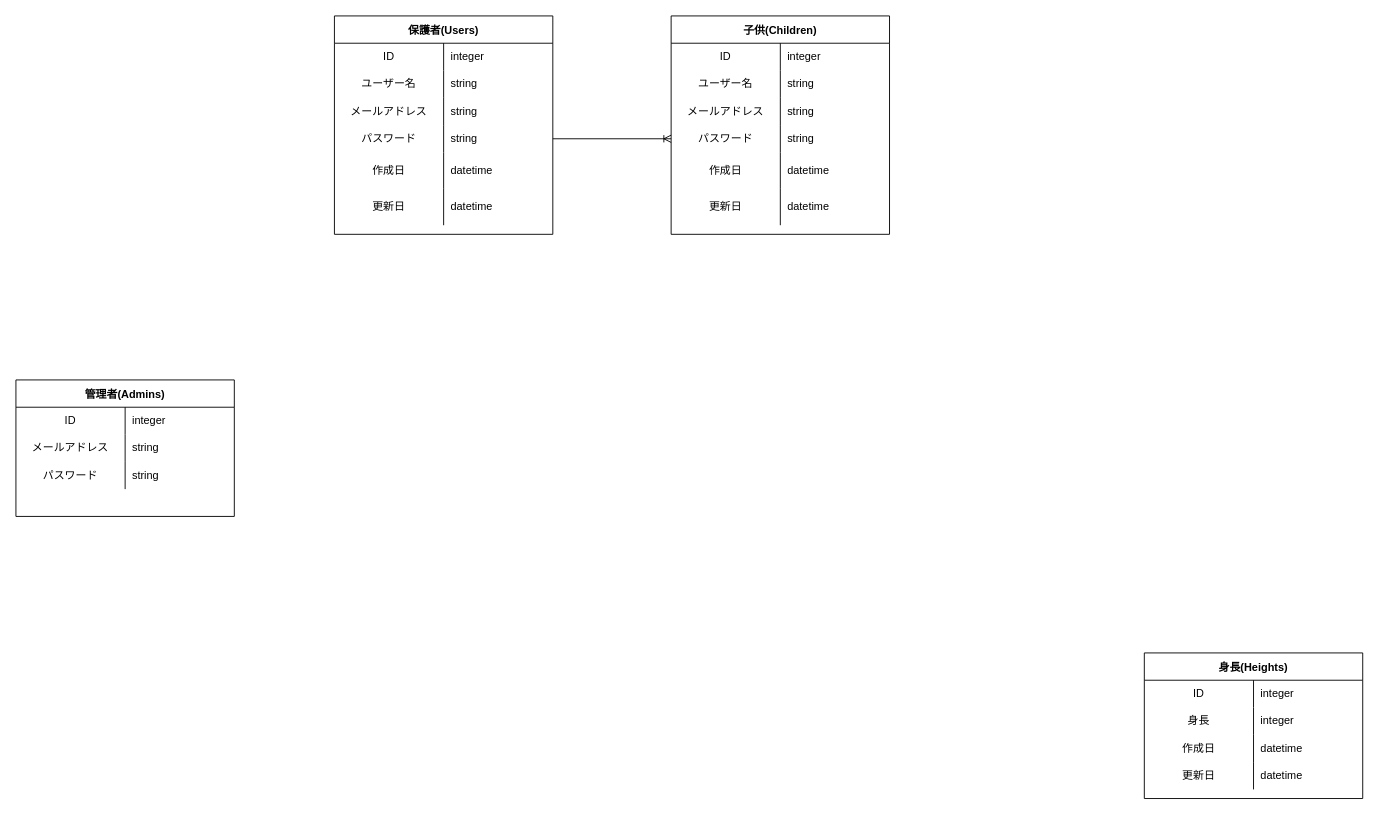
The draw.io diagram coyell_er.drawio in piroriki/coyell, before the edit. Source tidied: cells renumbered, new cells numbered last; positions are measured from the earlier drawing's top-left corner, leaving out a move shared by most shapes. Both pictures are drawn from the tidied source at 91%, with x=0, y=0 at pixel (15, 15).
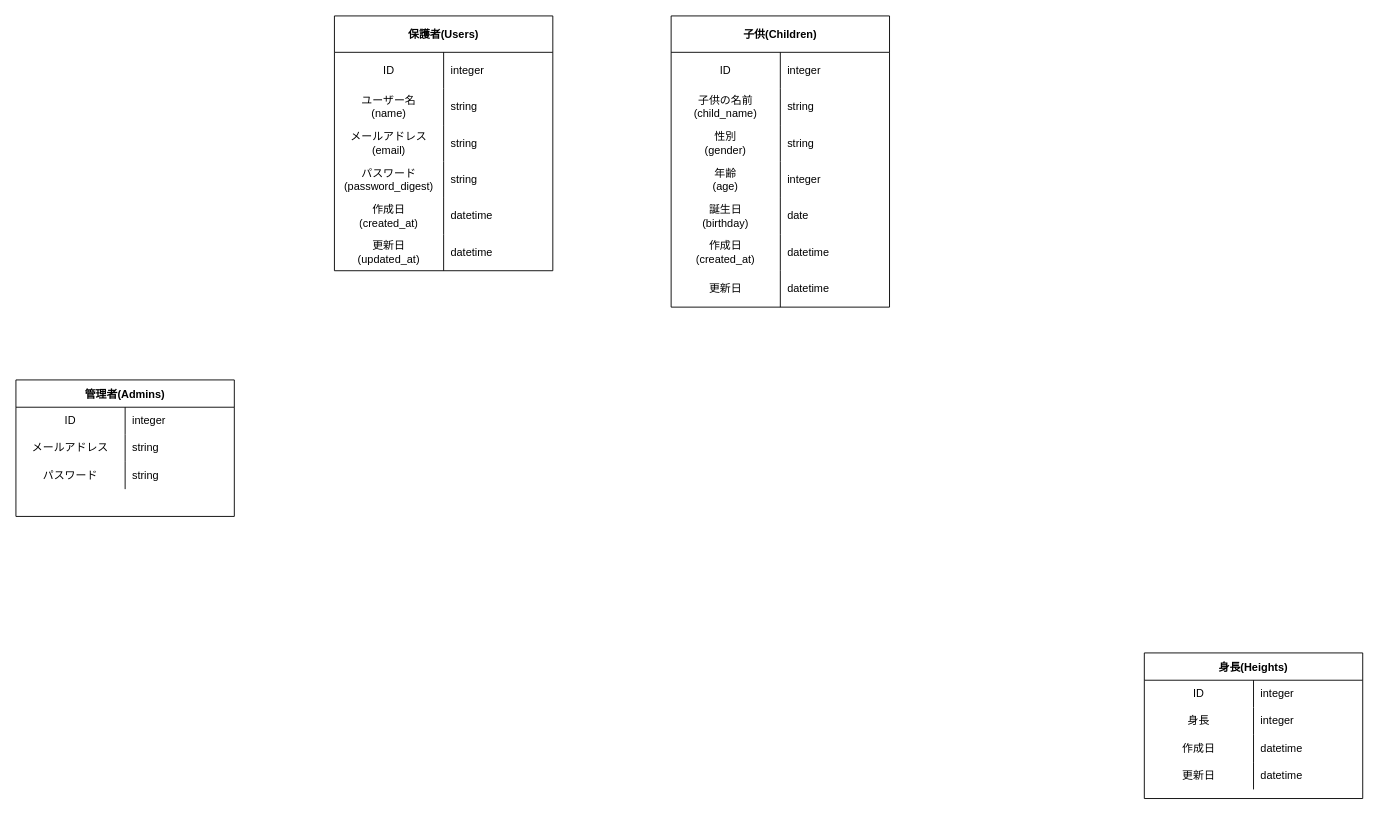
The same diagram, later.

Commit message (it also covers changes not shown here):
childrenモデル作成およびER図にchildrenモデル追加

What changed in the source:
```diff
@@
-    <mxCell id="2" value="保護者(Users)" style="shape=table;startSize=30;childLayout=tableLayout;rowLines=0;fontStyle=1;" parent="1" vertex="1">
-      <mxGeometry x="350" width="240" height="240" as="geometry" />
+    <mxCell id="2" value="保護者(Users)" style="shape=table;startSize=40;childLayout=tableLayout;rowLines=0;fontStyle=1;" parent="1" vertex="1">
+      <mxGeometry x="350" width="240" height="280" as="geometry" />
     </mxCell>
     <mxCell id="3" style="shape=tableRow;horizontal=0;startSize=0;swimlaneHead=0;swimlaneBody=0;top=0;left=0;bottom=0;right=0;fillColor=none;" parent="2" vertex="1">
-      <mxGeometry y="30" width="240" height="30" as="geometry" />
+      <mxGeometry y="40" width="240" height="40" as="geometry" />
     </mxCell>
     <mxCell id="4" value="ID" style="shape=partialRectangle;html=1;whiteSpace=wrap;fillColor=none;top=0;left=0;bottom=0;right=0;overflow=hidden;" parent="3" vertex="1">
-      <mxGeometry width="120" height="30" as="geometry" />
+      <mxGeometry width="120" height="40" as="geometry" />
     </mxCell>
     <mxCell id="5" value="integer" style="shape=partialRectangle;html=1;whiteSpace=wrap;fillColor=none;top=0;left=0;bottom=0;right=0;align=left;spacingLeft=6;overflow=hidden;" parent="3" vertex="1">
-      <mxGeometry x="120" width="120" height="30" as="geometry" />
+      <mxGeometry x="120" width="120" height="40" as="geometry" />
     </mxCell>
     <mxCell id="6" style="shape=tableRow;horizontal=0;startSize=0;swimlaneHead=0;swimlaneBody=0;top=0;left=0;bottom=0;right=0;fillColor=none;" parent="2" vertex="1">
-      <mxGeometry y="60" width="240" height="30" as="geometry" />
+      <mxGeometry y="80" width="240" height="40" as="geometry" />
     </mxCell>
-    <mxCell id="7" value="ユーザー名" style="shape=partialRectangle;html=1;whiteSpace=wrap;fillColor=none;top=0;left=0;bottom=0;right=0;overflow=hidden;" parent="6" vertex="1">
-      <mxGeometry width="120" height="30" as="geometry" />
+    <mxCell id="7" value="ユーザー名&lt;br&gt;(name)" style="shape=partialRectangle;html=1;whiteSpace=wrap;fillColor=none;top=0;left=0;bottom=0;right=0;overflow=hidden;" parent="6" vertex="1">
+      <mxGeometry width="120" height="40" as="geometry" />
     </mxCell>
     <mxCell id="8" value="string" style="shape=partialRectangle;html=1;whiteSpace=wrap;fillColor=none;top=0;left=0;bottom=0;right=0;align=left;spacingLeft=6;overflow=hidden;" parent="6" vertex="1">
-      <mxGeometry x="120" width="120" height="30" as="geometry" />
+      <mxGeometry x="120" width="120" height="40" as="geometry" />
     </mxCell>
     <mxCell id="9" style="shape=tableRow;horizontal=0;startSize=0;swimlaneHead=0;swimlaneBody=0;top=0;left=0;bottom=0;right=0;fillColor=none;" parent="2" vertex="1">
-      <mxGeometry y="90" width="240" height="30" as="geometry" />
+      <mxGeometry y="120" width="240" height="40" as="geometry" />
     </mxCell>
-    <mxCell id="10" value="メールアドレス" style="shape=partialRectangle;html=1;whiteSpace=wrap;fillColor=none;top=0;left=0;bottom=0;right=0;overflow=hidden;" parent="9" vertex="1">
-      <mxGeometry width="120" height="30" as="geometry" />
+    <mxCell id="10" value="メールアドレス&lt;br&gt;(email)" style="shape=partialRectangle;html=1;whiteSpace=wrap;fillColor=none;top=0;left=0;bottom=0;right=0;overflow=hidden;" parent="9" vertex="1">
+      <mxGeometry width="120" height="40" as="geometry" />
     </mxCell>
     <mxCell id="11" value="string" style="shape=partialRectangle;html=1;whiteSpace=wrap;fillColor=none;top=0;left=0;bottom=0;right=0;align=left;spacingLeft=6;overflow=hidden;" parent="9" vertex="1">
-      <mxGeometry x="120" width="120" height="30" as="geometry" />
+      <mxGeometry x="120" width="120" height="40" as="geometry" />
     </mxCell>
     <mxCell id="12" style="shape=tableRow;horizontal=0;startSize=0;swimlaneHead=0;swimlaneBody=0;top=0;left=0;bottom=0;right=0;fillColor=none;points=[[0,0.5],[1,0.5]];portConstraint=eastwest;" parent="2" vertex="1">
-      <mxGeometry y="120" width="240" height="30" as="geometry" />
+      <mxGeometry y="160" width="240" height="40" as="geometry" />
     </mxCell>
-    <mxCell id="13" value="パスワード" style="shape=partialRectangle;html=1;whiteSpace=wrap;fillColor=none;top=0;left=0;bottom=0;right=0;overflow=hidden;" parent="12" vertex="1">
-      <mxGeometry width="120" height="30" as="geometry" />
+    <mxCell id="13" value="パスワード&lt;br&gt;(password_digest)" style="shape=partialRectangle;html=1;whiteSpace=wrap;fillColor=none;top=0;left=0;bottom=0;right=0;overflow=hidden;" parent="12" vertex="1">
+      <mxGeometry width="120" height="40" as="geometry" />
     </mxCell>
     <mxCell id="14" value="string" style="shape=partialRectangle;html=1;whiteSpace=wrap;fillColor=none;top=0;left=0;bottom=0;right=0;align=left;spacingLeft=6;overflow=hidden;" parent="12" vertex="1">
-      <mxGeometry x="120" width="120" height="30" as="geometry" />
+      <mxGeometry x="120" width="120" height="40" as="geometry" />
     </mxCell>
     <mxCell id="15" style="shape=tableRow;horizontal=0;startSize=0;swimlaneHead=0;swimlaneBody=0;top=0;left=0;bottom=0;right=0;fillColor=none;" parent="2" vertex="1">
-      <mxGeometry y="150" width="240" height="40" as="geometry" />
+      <mxGeometry y="200" width="240" height="40" as="geometry" />
     </mxCell>
-    <mxCell id="16" value="作成日" style="shape=partialRectangle;html=1;whiteSpace=wrap;fillColor=none;top=0;left=0;bottom=0;right=0;overflow=hidden;" parent="15" vertex="1">
+    <mxCell id="16" value="作成日&lt;br&gt;(created_at)" style="shape=partialRectangle;html=1;whiteSpace=wrap;fillColor=none;top=0;left=0;bottom=0;right=0;overflow=hidden;" parent="15" vertex="1">
       <mxGeometry width="120" height="40" as="geometry" />
     </mxCell>
@@
     <mxCell id="18" style="shape=tableRow;horizontal=0;startSize=0;swimlaneHead=0;swimlaneBody=0;top=0;left=0;bottom=0;right=0;fillColor=none;" parent="2" vertex="1">
-      <mxGeometry y="190" width="240" height="40" as="geometry" />
+      <mxGeometry y="240" width="240" height="40" as="geometry" />
     </mxCell>
-    <mxCell id="19" value="更新日" style="shape=partialRectangle;html=1;whiteSpace=wrap;fillColor=none;top=0;left=0;bottom=0;right=0;overflow=hidden;" parent="18" vertex="1">
+    <mxCell id="19" value="更新日&lt;br&gt;(updated_at)" style="shape=partialRectangle;html=1;whiteSpace=wrap;fillColor=none;top=0;left=0;bottom=0;right=0;overflow=hidden;" parent="18" vertex="1">
       <mxGeometry width="120" height="40" as="geometry" />
     </mxCell>
@@
-    <mxCell id="44" value="子供(Children)" style="shape=table;startSize=30;childLayout=tableLayout;rowLines=0;fontStyle=1;" parent="1" vertex="1">
-      <mxGeometry x="720" width="240" height="240" as="geometry" />
+    <mxCell id="44" value="子供(Children)" style="shape=table;startSize=40;childLayout=tableLayout;rowLines=0;fontStyle=1;" parent="1" vertex="1">
+      <mxGeometry x="720" width="240" height="320" as="geometry" />
     </mxCell>
     <mxCell id="45" style="shape=tableRow;horizontal=0;startSize=0;swimlaneHead=0;swimlaneBody=0;top=0;left=0;bottom=0;right=0;fillColor=none;" parent="44" vertex="1">
-      <mxGeometry y="30" width="240" height="30" as="geometry" />
+      <mxGeometry y="40" width="240" height="40" as="geometry" />
     </mxCell>
     <mxCell id="46" value="ID" style="shape=partialRectangle;html=1;whiteSpace=wrap;fillColor=none;top=0;left=0;bottom=0;right=0;overflow=hidden;" parent="45" vertex="1">
-      <mxGeometry width="120" height="30" as="geometry" />
+      <mxGeometry width="120" height="40" as="geometry" />
     </mxCell>
     <mxCell id="47" value="integer" style="shape=partialRectangle;html=1;whiteSpace=wrap;fillColor=none;top=0;left=0;bottom=0;right=0;align=left;spacingLeft=6;overflow=hidden;" parent="45" vertex="1">
-      <mxGeometry x="120" width="120" height="30" as="geometry" />
+      <mxGeometry x="120" width="120" height="40" as="geometry" />
     </mxCell>
     <mxCell id="48" style="shape=tableRow;horizontal=0;startSize=0;swimlaneHead=0;swimlaneBody=0;top=0;left=0;bottom=0;right=0;fillColor=none;" parent="44" vertex="1">
-      <mxGeometry y="60" width="240" height="30" as="geometry" />
+      <mxGeometry y="80" width="240" height="40" as="geometry" />
     </mxCell>
-    <mxCell id="49" value="ユーザー名" style="shape=partialRectangle;html=1;whiteSpace=wrap;fillColor=none;top=0;left=0;bottom=0;right=0;overflow=hidden;" parent="48" vertex="1">
-      <mxGeometry width="120" height="30" as="geometry" />
+    <mxCell id="49" value="子供の名前&lt;br&gt;(child_name)" style="shape=partialRectangle;html=1;whiteSpace=wrap;fillColor=none;top=0;left=0;bottom=0;right=0;overflow=hidden;" parent="48" vertex="1">
+      <mxGeometry width="120" height="40" as="geometry" />
     </mxCell>
     <mxCell id="50" value="string" style="shape=partialRectangle;html=1;whiteSpace=wrap;fillColor=none;top=0;left=0;bottom=0;right=0;align=left;spacingLeft=6;overflow=hidden;" parent="48" vertex="1">
-      <mxGeometry x="120" width="120" height="30" as="geometry" />
+      <mxGeometry x="120" width="120" height="40" as="geometry" />
     </mxCell>
-    <mxCell id="51" style="shape=tableRow;horizontal=0;startSize=0;swimlaneHead=0;swimlaneBody=0;top=0;left=0;bottom=0;right=0;fillColor=none;" parent="44" vertex="1">
-      <mxGeometry y="90" width="240" height="30" as="geometry" />
-    </mxCell>
-    <mxCell id="52" value="メールアドレス" style="shape=partialRectangle;html=1;whiteSpace=wrap;fillColor=none;top=0;left=0;bottom=0;right=0;overflow=hidden;" parent="51" vertex="1">
-      <mxGeometry width="120" height="30" as="geometry" />
-    </mxCell>
-    <mxCell id="53" value="string" style="shape=partialRectangle;html=1;whiteSpace=wrap;fillColor=none;top=0;left=0;bottom=0;right=0;align=left;spacingLeft=6;overflow=hidden;" parent="51" vertex="1">
-      <mxGeometry x="120" width="120" height="30" as="geometry" />
-    </mxCell>
-    <mxCell id="54" style="shape=tableRow;horizontal=0;startSize=0;swimlaneHead=0;swimlaneBody=0;top=0;left=0;bottom=0;right=0;fillColor=none;points=[[0,0.5],[1,0.5]];portConstraint=eastwest;" parent="44" vertex="1">
-      <mxGeometry y="120" width="240" height="30" as="geometry" />
-    </mxCell>
-    <mxCell id="55" value="パスワード" style="shape=partialRectangle;html=1;whiteSpace=wrap;fillColor=none;top=0;left=0;bottom=0;right=0;overflow=hidden;" parent="54" vertex="1">
-      <mxGeometry width="120" height="30" as="geometry" />
-    </mxCell>
-    <mxCell id="56" value="string" style="shape=partialRectangle;html=1;whiteSpace=wrap;fillColor=none;top=0;left=0;bottom=0;right=0;align=left;spacingLeft=6;overflow=hidden;" parent="54" vertex="1">
-      <mxGeometry x="120" width="120" height="30" as="geometry" />
-    </mxCell>
+    <mxCell id="64" style="shape=tableRow;horizontal=0;startSize=0;swimlaneHead=0;swimlaneBody=0;top=0;left=0;bottom=0;right=0;fillColor=none;" parent="44" vertex="1">
+      <mxGeometry y="120" width="240" height="40" as="geometry" />
+    </mxCell>
+    <mxCell id="65" value="性別&lt;br&gt;(gender)" style="shape=partialRectangle;html=1;whiteSpace=wrap;fillColor=none;top=0;left=0;bottom=0;right=0;overflow=hidden;" parent="64" vertex="1">
+      <mxGeometry width="120" height="40" as="geometry" />
+    </mxCell>
+    <mxCell id="66" value="string" style="shape=partialRectangle;html=1;whiteSpace=wrap;fillColor=none;top=0;left=0;bottom=0;right=0;align=left;spacingLeft=6;overflow=hidden;" parent="64" vertex="1">
+      <mxGeometry x="120" width="120" height="40" as="geometry" />
+    </mxCell>
+    <mxCell id="67" style="shape=tableRow;horizontal=0;startSize=0;swimlaneHead=0;swimlaneBody=0;top=0;left=0;bottom=0;right=0;fillColor=none;" parent="44" vertex="1">
+      <mxGeometry y="160" width="240" height="40" as="geometry" />
+    </mxCell>
+    <mxCell id="68" value="年齢&lt;br&gt;(age)" style="shape=partialRectangle;html=1;whiteSpace=wrap;fillColor=none;top=0;left=0;bottom=0;right=0;overflow=hidden;" parent="67" vertex="1">
+      <mxGeometry width="120" height="40" as="geometry" />
+    </mxCell>
+    <mxCell id="69" value="integer" style="shape=partialRectangle;html=1;whiteSpace=wrap;fillColor=none;top=0;left=0;bottom=0;right=0;align=left;spacingLeft=6;overflow=hidden;" parent="67" vertex="1">
+      <mxGeometry x="120" width="120" height="40" as="geometry" />
+    </mxCell>
+    <mxCell id="70" style="shape=tableRow;horizontal=0;startSize=0;swimlaneHead=0;swimlaneBody=0;top=0;left=0;bottom=0;right=0;fillColor=none;" parent="44" vertex="1">
+      <mxGeometry y="200" width="240" height="40" as="geometry" />
+    </mxCell>
+    <mxCell id="71" value="誕生日&lt;br&gt;(birthday)" style="shape=partialRectangle;html=1;whiteSpace=wrap;fillColor=none;top=0;left=0;bottom=0;right=0;overflow=hidden;" parent="70" vertex="1">
+      <mxGeometry width="120" height="40" as="geometry" />
+    </mxCell>
+    <mxCell id="72" value="date" style="shape=partialRectangle;html=1;whiteSpace=wrap;fillColor=none;top=0;left=0;bottom=0;right=0;align=left;spacingLeft=6;overflow=hidden;" parent="70" vertex="1">
+      <mxGeometry x="120" width="120" height="40" as="geometry" />
+    </mxCell>
     <mxCell id="57" style="shape=tableRow;horizontal=0;startSize=0;swimlaneHead=0;swimlaneBody=0;top=0;left=0;bottom=0;right=0;fillColor=none;" parent="44" vertex="1">
-      <mxGeometry y="150" width="240" height="40" as="geometry" />
+      <mxGeometry y="240" width="240" height="40" as="geometry" />
     </mxCell>
-    <mxCell id="58" value="作成日" style="shape=partialRectangle;html=1;whiteSpace=wrap;fillColor=none;top=0;left=0;bottom=0;right=0;overflow=hidden;" parent="57" vertex="1">
+    <mxCell id="58" value="作成日&lt;br&gt;(created_at)" style="shape=partialRectangle;html=1;whiteSpace=wrap;fillColor=none;top=0;left=0;bottom=0;right=0;overflow=hidden;" parent="57" vertex="1">
       <mxGeometry width="120" height="40" as="geometry" />
     </mxCell>
@@
     <mxCell id="60" style="shape=tableRow;horizontal=0;startSize=0;swimlaneHead=0;swimlaneBody=0;top=0;left=0;bottom=0;right=0;fillColor=none;" parent="44" vertex="1">
-      <mxGeometry y="190" width="240" height="40" as="geometry" />
+      <mxGeometry y="280" width="240" height="40" as="geometry" />
     </mxCell>
@@
-    <mxCell id="63" style="edgeStyle=none;html=1;exitX=1;exitY=0.5;exitDx=0;exitDy=0;entryX=0;entryY=0.5;entryDx=0;entryDy=0;endArrow=ERoneToMany;endFill=0;" parent="1" edge="1" source="12" target="54">
+    <mxCell id="63" style="edgeStyle=none;html=1;exitX=1;exitY=0.5;exitDx=0;exitDy=0;entryX=0;entryY=0.5;entryDx=0;entryDy=0;endArrow=ERoneToMany;endFill=0;" parent="1" edge="1" source="12">
       <mxGeometry relative="1" as="geometry" />
     </mxCell>
```
